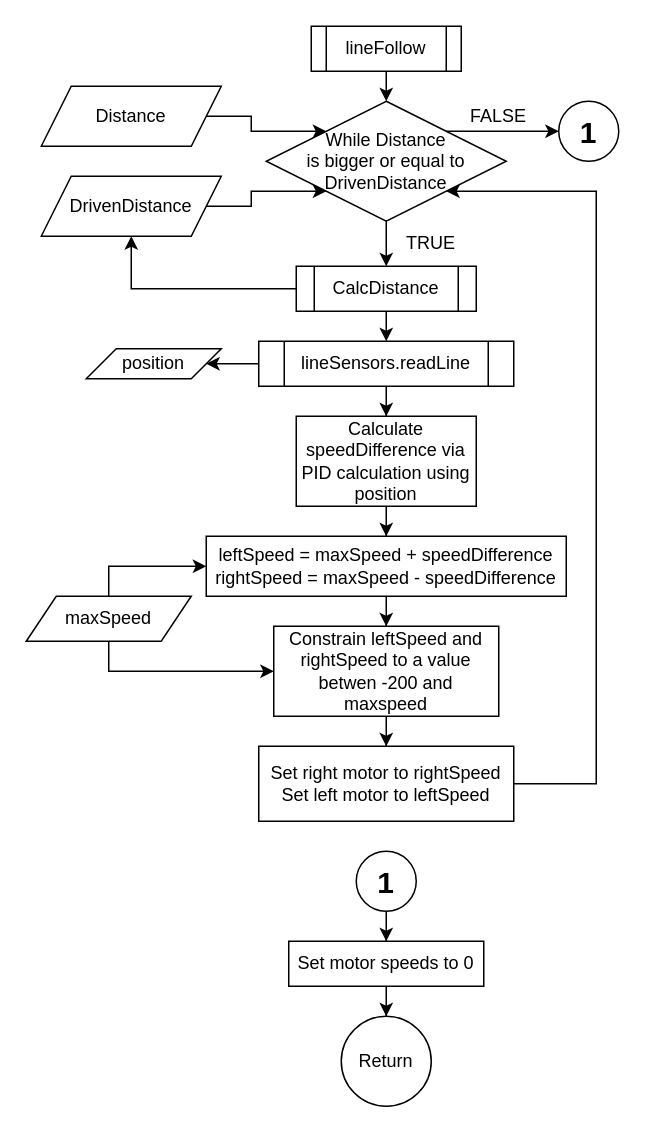
Earlier version of the draw.io diagram Draw/lineFollow.drawio (jens1906/P1-project-1.-semester). Source tidied: cells renumbered, new cells numbered last; positions are measured from the earlier drawing's top-left corner, leaving out a move shared by most shapes. Both pictures are drawn from the tidied source at 150%, with x=0, y=0 at pixel (26, 26).
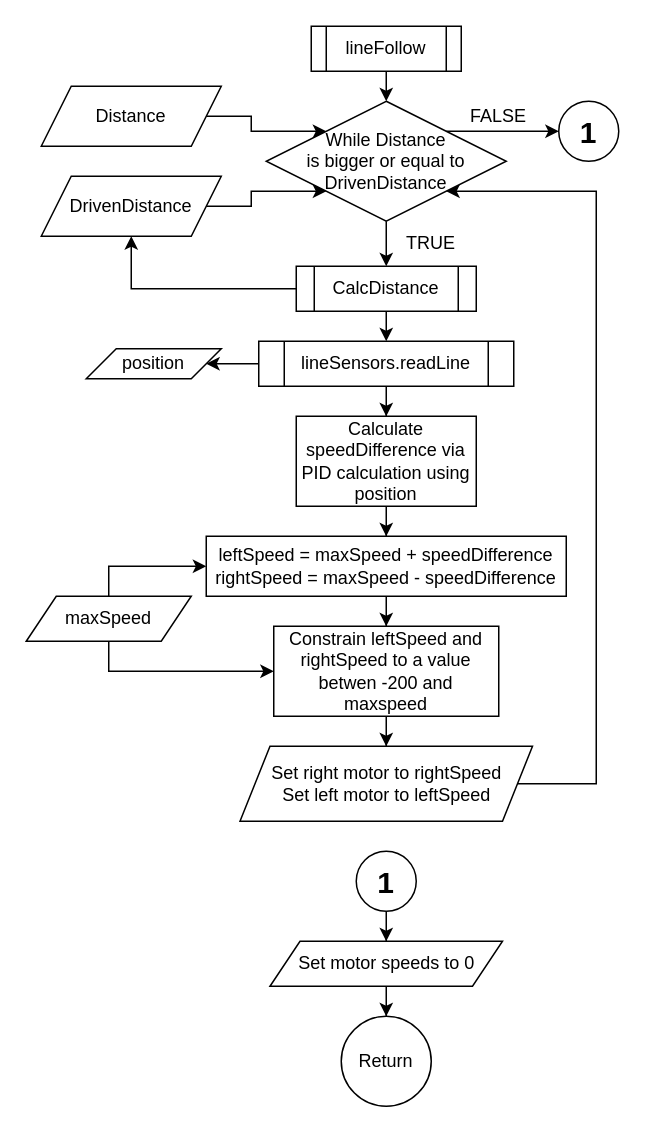
The same diagram, later.

Diff of the diagram source:
```diff
@@
-    <mxCell id="31" value="Set right motor to rightSpeed&lt;br&gt;Set left motor to leftSpeed" style="whiteSpace=wrap;html=1;" parent="1" vertex="1">
-      <mxGeometry x="155" y="480" width="170" height="50" as="geometry" />
+    <mxCell id="31" value="Set right motor to rightSpeed&lt;br&gt;Set left motor to leftSpeed" style="shape=parallelogram;perimeter=parallelogramPerimeter;whiteSpace=wrap;html=1;fixedSize=1;" parent="1" vertex="1">
+      <mxGeometry x="142.5" y="480" width="195" height="50" as="geometry" />
     </mxCell>
@@
-    <mxCell id="35" value="Set motor speeds to 0" style="whiteSpace=wrap;html=1;" parent="1" vertex="1">
-      <mxGeometry x="175" y="610" width="130" height="30" as="geometry" />
+    <mxCell id="35" value="Set motor speeds to 0" style="shape=parallelogram;perimeter=parallelogramPerimeter;whiteSpace=wrap;html=1;fixedSize=1;" parent="1" vertex="1">
+      <mxGeometry x="162.5" y="610" width="155" height="30" as="geometry" />
     </mxCell>
```
